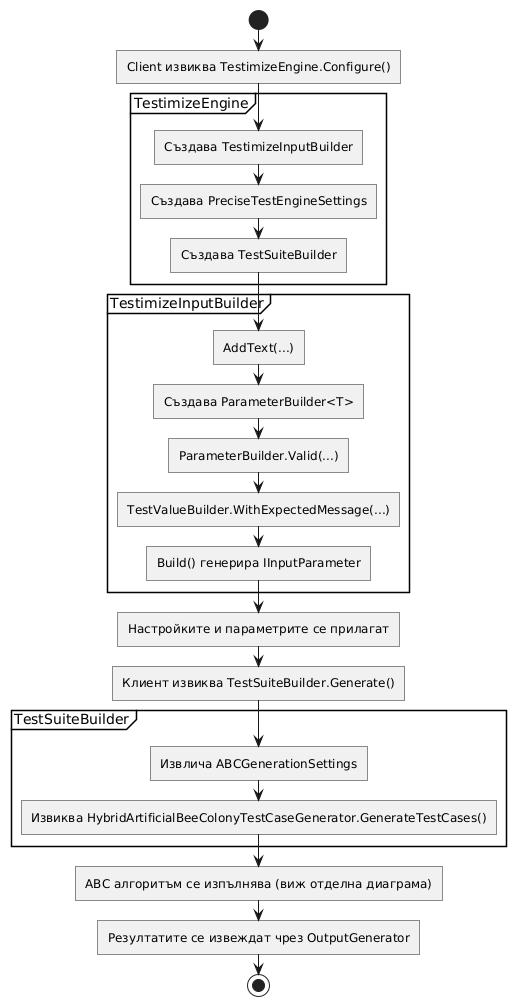
Earlier version of the PlantUML export DiagramsEN/5. Activity Diagrams/activity_diagram1.png (AutomateThePlanet/Testimize).
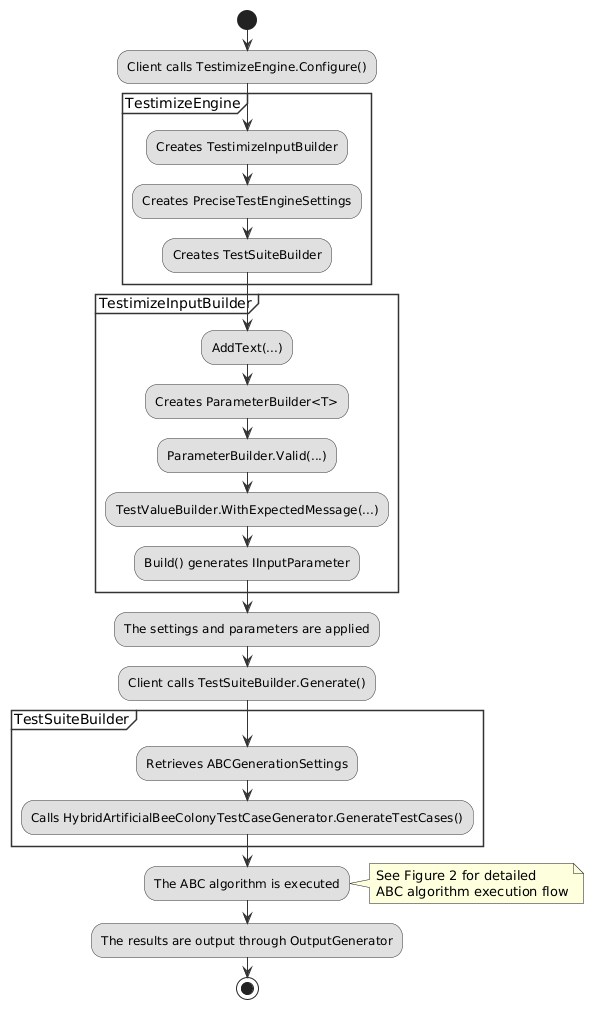
Above is the later version.

Commit message:
Add weight optimization study and update diagrams

Change to the diagram source:
```diff
@@ -1,41 +1,44 @@
 @startuml
-skinparam shadowing false
-skinparam roundcorner 0
-skinparam linetype ortho
-skinparam nodesep 80
-skinparam ranksep 50
-
+skinparam ActivityShape rounded
+skinparam ActivityBorderColor #333333
+skinparam ActivityBackgroundColor #E0E0E0
+skinparam PartitionBorderColor #333333
+skinparam ArrowColor #333333
 
 start
 
-:Client извиква TestimizeEngine.Configure();
+:Client calls TestimizeEngine.Configure();
 
-partition "TestimizeEngine" {
-    :Създава TestimizeInputBuilder;
-    :Създава PreciseTestEngineSettings;
-    :Създава TestSuiteBuilder;
+partition TestimizeEngine {
+    :Creates TestimizeInputBuilder;
+    :Creates PreciseTestEngineSettings;
+    :Creates TestSuiteBuilder;
 }
 
-partition "TestimizeInputBuilder" {
+partition TestimizeInputBuilder {
     :AddText(...);
-    :Създава ParameterBuilder<T>;
+    :Creates ParameterBuilder<T>;
     :ParameterBuilder.Valid(...);
     :TestValueBuilder.WithExpectedMessage(...);
-    :Build() генерира IInputParameter;
+    :Build() generates IInputParameter;
 }
 
-:Настройките и параметрите се прилагат;
+:The settings and parameters are applied;
 
-:Клиент извиква TestSuiteBuilder.Generate();
+:Client calls TestSuiteBuilder.Generate();
 
-partition "TestSuiteBuilder" {
-    :Извлича ABCGenerationSettings;
-    :Извиква HybridArtificialBeeColonyTestCaseGenerator.GenerateTestCases();
+partition TestSuiteBuilder {
+    :Retrieves ABCGenerationSettings;
+    :Calls HybridArtificialBeeColonyTestCaseGenerator.GenerateTestCases();
 }
 
-:ABC алгоритъм се изпълнява (виж отделна диаграма);
+:The ABC algorithm is executed;
+note right
+  See Figure 2 for detailed
+  ABC algorithm execution flow
+end note
 
-:Резултатите се извеждат чрез OutputGenerator;
+:The results are output through OutputGenerator;
 
 stop
 @enduml
```
